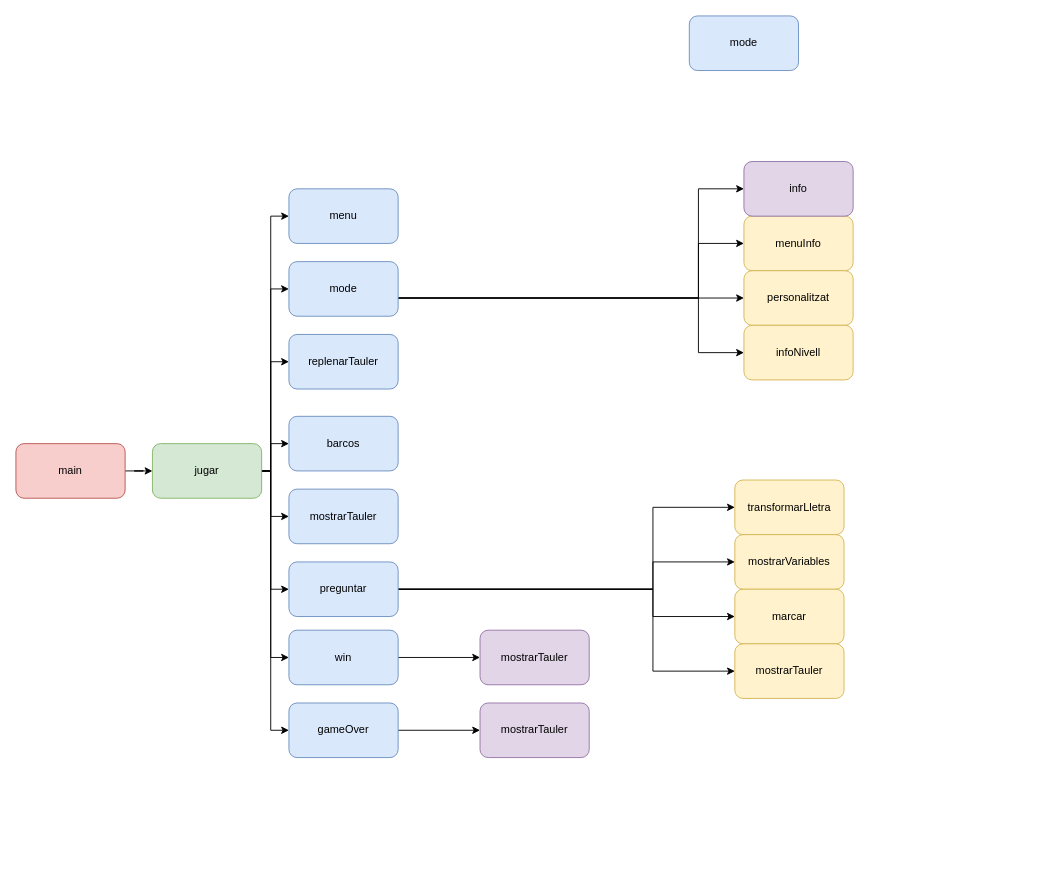
Earlier version of the draw.io diagram 2naAVA/HundirLaFlota/HundiLaFlota.drawio (sanand5/Programacio). Source tidied: cells renumbered, new cells numbered last; positions are measured from the earlier drawing's top-left corner, leaving out a move shared by most shapes. Both pictures are drawn from the tidied source at 91%, with x=0, y=0 at pixel (15, 15).
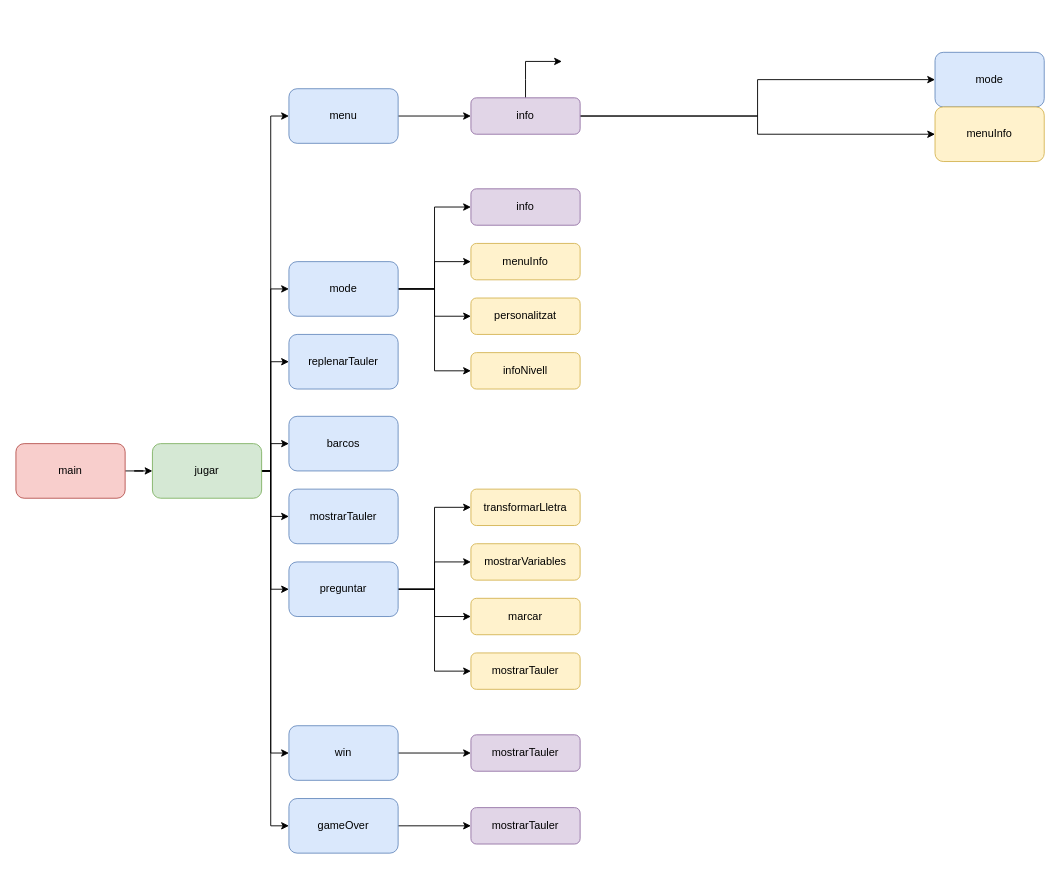
After the change.

The change refers to these unchanged cells:
```xml
<mxCell id="12" value="jugar" style="rounded=1;whiteSpace=wrap;html=1;fillColor=#d5e8d4;strokeColor=#82b366;" parent="1" vertex="1">
  <mxGeometry x="150" y="470" width="120" height="60" as="geometry" />
</mxCell>
<mxCell id="17" value="mode" style="rounded=1;whiteSpace=wrap;html=1;fillColor=#dae8fc;strokeColor=#6c8ebf;" parent="1" vertex="1">
  <mxGeometry x="300" y="270" width="120" height="60" as="geometry" />
</mxCell>
<mxCell id="26" value="preguntar" style="rounded=1;whiteSpace=wrap;html=1;fillColor=#dae8fc;strokeColor=#6c8ebf;" parent="1" vertex="1">
  <mxGeometry x="300" y="600" width="120" height="60" as="geometry" />
</mxCell>
```

The edit, as a diff of the source:
```diff
@@
     <mxCell id="4" style="edgeStyle=orthogonalEdgeStyle;rounded=0;jettySize=auto;html=1;entryX=0;entryY=0.5;entryDx=0;entryDy=0;" parent="1" edge="1" source="12" target="18">
       <mxGeometry relative="1" as="geometry">
         <Array as="points">
           <mxPoint x="280" y="500" />
-          <mxPoint x="280" y="220" />
+          <mxPoint x="280" y="110" />
         </Array>
       </mxGeometry>
     </mxCell>
@@
     <mxCell id="10" style="edgeStyle=orthogonalEdgeStyle;rounded=0;jettySize=auto;html=1;entryX=0;entryY=0.5;entryDx=0;entryDy=0;" parent="1" edge="1" source="12" target="30">
       <mxGeometry relative="1" as="geometry">
         <Array as="points">
           <mxPoint x="280" y="500" />
-          <mxPoint x="280" y="705" />
+          <mxPoint x="280" y="810" />
         </Array>
       </mxGeometry>
     </mxCell>
     <mxCell id="11" style="edgeStyle=orthogonalEdgeStyle;rounded=0;jettySize=auto;html=1;entryX=0;entryY=0.5;entryDx=0;entryDy=0;" parent="1" edge="1" source="12" target="28">
       <mxGeometry relative="1" as="geometry">
         <Array as="points">
           <mxPoint x="280" y="500" />
-          <mxPoint x="280" y="785" />
+          <mxPoint x="280" y="890" />
         </Array>
       </mxGeometry>
     </mxCell>
@@
+    <mxCell id="14" style="edgeStyle=orthogonalEdgeStyle;rounded=0;jettySize=auto;html=1;entryX=0;entryY=0.5;entryDx=0;entryDy=0;" parent="1" edge="1" source="17" target="31">
+      <mxGeometry relative="1" as="geometry" />
+    </mxCell>
     <mxCell id="13" style="edgeStyle=orthogonalEdgeStyle;rounded=0;jettySize=auto;html=1;entryX=0;entryY=0.5;entryDx=0;entryDy=0;" parent="1" edge="1" source="17" target="32">
-      <mxGeometry relative="1" as="geometry">
-        <Array as="points">
-          <mxPoint x="590" y="310" />
-          <mxPoint x="590" y="310" />
-        </Array>
-      </mxGeometry>
+      <mxGeometry relative="1" as="geometry" />
     </mxCell>
-    <mxCell id="14" style="edgeStyle=orthogonalEdgeStyle;rounded=0;jettySize=auto;html=1;entryX=0;entryY=0.5;entryDx=0;entryDy=0;" parent="1" edge="1" source="17" target="31">
-      <mxGeometry relative="1" as="geometry">
-        <Array as="points">
-          <mxPoint x="750" y="310" />
-          <mxPoint x="750" y="250" />
-        </Array>
-      </mxGeometry>
-    </mxCell>
     <mxCell id="15" style="edgeStyle=orthogonalEdgeStyle;rounded=0;jettySize=auto;html=1;entryX=0;entryY=0.5;entryDx=0;entryDy=0;" parent="1" edge="1" source="17" target="33">
-      <mxGeometry relative="1" as="geometry">
-        <Array as="points">
-          <mxPoint x="750" y="310" />
-          <mxPoint x="750" y="370" />
-        </Array>
-      </mxGeometry>
+      <mxGeometry relative="1" as="geometry" />
     </mxCell>
     <mxCell id="16" style="edgeStyle=orthogonalEdgeStyle;rounded=0;jettySize=auto;html=1;entryX=0;entryY=0.5;entryDx=0;entryDy=0;" parent="1" edge="1" source="17" target="37">
-      <mxGeometry relative="1" as="geometry">
-        <Array as="points">
-          <mxPoint x="750" y="310" />
-          <mxPoint x="750" y="190" />
-        </Array>
-      </mxGeometry>
+      <mxGeometry relative="1" as="geometry" />
     </mxCell>
@@
+    <mxCell id="42" style="edgeStyle=orthogonalEdgeStyle;rounded=0;jettySize=auto;html=1;entryX=0;entryY=0.5;entryDx=0;entryDy=0;" parent="1" edge="1" source="18" target="46">
+      <mxGeometry relative="1" as="geometry" />
+    </mxCell>
     <mxCell id="18" value="menu" style="rounded=1;whiteSpace=wrap;html=1;fillColor=#dae8fc;strokeColor=#6c8ebf;" parent="1" vertex="1">
-      <mxGeometry x="300" y="190" width="120" height="60" as="geometry" />
+      <mxGeometry x="300" y="80" width="120" height="60" as="geometry" />
     </mxCell>
@@
+    <mxCell id="24" style="edgeStyle=orthogonalEdgeStyle;rounded=0;jettySize=auto;html=1;" parent="1" edge="1" source="26" target="35">
+      <mxGeometry relative="1" as="geometry" />
+    </mxCell>
+    <mxCell id="23" style="edgeStyle=orthogonalEdgeStyle;rounded=0;jettySize=auto;html=1;" parent="1" edge="1" source="26" target="36">
+      <mxGeometry relative="1" as="geometry" />
+    </mxCell>
     <mxCell id="22" style="edgeStyle=orthogonalEdgeStyle;rounded=0;jettySize=auto;html=1;entryX=0;entryY=0.5;entryDx=0;entryDy=0;" parent="1" edge="1" source="26" target="39">
-      <mxGeometry relative="1" as="geometry">
-        <Array as="points">
-          <mxPoint x="700" y="630" />
-          <mxPoint x="700" y="720" />
-        </Array>
-      </mxGeometry>
+      <mxGeometry relative="1" as="geometry" />
     </mxCell>
-    <mxCell id="23" style="edgeStyle=orthogonalEdgeStyle;rounded=0;jettySize=auto;html=1;" parent="1" edge="1" source="26" target="36">
-      <mxGeometry relative="1" as="geometry">
-        <Array as="points">
-          <mxPoint x="700" y="630" />
-          <mxPoint x="700" y="660" />
-        </Array>
-      </mxGeometry>
-    </mxCell>
-    <mxCell id="24" style="edgeStyle=orthogonalEdgeStyle;rounded=0;jettySize=auto;html=1;entryX=0;entryY=0.5;entryDx=0;entryDy=0;" parent="1" edge="1" source="26" target="35">
-      <mxGeometry relative="1" as="geometry">
-        <Array as="points">
-          <mxPoint x="700" y="630" />
-          <mxPoint x="700" y="600" />
-        </Array>
-      </mxGeometry>
-    </mxCell>
     <mxCell id="25" style="edgeStyle=orthogonalEdgeStyle;rounded=0;jettySize=auto;html=1;entryX=0;entryY=0.5;entryDx=0;entryDy=0;" parent="1" edge="1" source="26" target="34">
-      <mxGeometry relative="1" as="geometry">
-        <Array as="points">
-          <mxPoint x="700" y="630" />
-          <mxPoint x="700" y="540" />
-        </Array>
-      </mxGeometry>
+      <mxGeometry relative="1" as="geometry" />
     </mxCell>
@@
     <mxCell id="28" value="gameOver" style="rounded=1;whiteSpace=wrap;html=1;fillColor=#dae8fc;strokeColor=#6c8ebf;" parent="1" vertex="1">
-      <mxGeometry x="300" y="755" width="120" height="60" as="geometry" />
+      <mxGeometry x="300" y="860" width="120" height="60" as="geometry" />
     </mxCell>
@@
     <mxCell id="30" value="win" style="rounded=1;whiteSpace=wrap;html=1;fillColor=#dae8fc;strokeColor=#6c8ebf;" parent="1" vertex="1">
-      <mxGeometry x="300" y="675" width="120" height="60" as="geometry" />
+      <mxGeometry x="300" y="780" width="120" height="60" as="geometry" />
     </mxCell>
     <mxCell id="31" value="menuInfo" style="rounded=1;whiteSpace=wrap;html=1;fillColor=#fff2cc;strokeColor=#d6b656;" parent="1" vertex="1">
-      <mxGeometry x="800" y="220" width="120" height="60" as="geometry" />
+      <mxGeometry x="500" y="250" width="120" height="40" as="geometry" />
     </mxCell>
     <mxCell id="32" value="personalitzat" style="rounded=1;whiteSpace=wrap;html=1;fillColor=#fff2cc;strokeColor=#d6b656;" parent="1" vertex="1">
-      <mxGeometry x="800" y="280" width="120" height="60" as="geometry" />
+      <mxGeometry x="500" y="310" width="120" height="40" as="geometry" />
     </mxCell>
     <mxCell id="33" value="infoNivell" style="rounded=1;whiteSpace=wrap;html=1;fillColor=#fff2cc;strokeColor=#d6b656;" parent="1" vertex="1">
-      <mxGeometry x="800" y="340" width="120" height="60" as="geometry" />
+      <mxGeometry x="500" y="370" width="120" height="40" as="geometry" />
     </mxCell>
     <mxCell id="34" value="transformarLletra" style="rounded=1;whiteSpace=wrap;html=1;fillColor=#fff2cc;strokeColor=#d6b656;" parent="1" vertex="1">
-      <mxGeometry x="790" y="510" width="120" height="60" as="geometry" />
+      <mxGeometry x="500" y="520" width="120" height="40" as="geometry" />
     </mxCell>
     <mxCell id="35" value="mostrarVariables" style="rounded=1;whiteSpace=wrap;html=1;fillColor=#fff2cc;strokeColor=#d6b656;" parent="1" vertex="1">
-      <mxGeometry x="790" y="570" width="120" height="60" as="geometry" />
+      <mxGeometry x="500" y="580" width="120" height="40" as="geometry" />
     </mxCell>
     <mxCell id="36" value="marcar" style="rounded=1;whiteSpace=wrap;html=1;fillColor=#fff2cc;strokeColor=#d6b656;" parent="1" vertex="1">
-      <mxGeometry x="790" y="630" width="120" height="60" as="geometry" />
+      <mxGeometry x="500" y="640" width="120" height="40" as="geometry" />
     </mxCell>
     <mxCell id="37" value="info" style="rounded=1;whiteSpace=wrap;html=1;fillColor=#e1d5e7;strokeColor=#9673a6;" parent="1" vertex="1">
-      <mxGeometry x="800" y="160" width="120" height="60" as="geometry" />
+      <mxGeometry x="500" y="190" width="120" height="40" as="geometry" />
     </mxCell>
     <mxCell id="38" value="mode" style="rounded=1;whiteSpace=wrap;html=1;fillColor=#dae8fc;strokeColor=#6c8ebf;" parent="1" vertex="1">
-      <mxGeometry x="740" width="120" height="60" as="geometry" />
+      <mxGeometry x="1010" y="40" width="120" height="60" as="geometry" />
     </mxCell>
     <mxCell id="39" value="mostrarTauler" style="rounded=1;whiteSpace=wrap;html=1;fillColor=#fff2cc;strokeColor=#d6b656;" parent="1" vertex="1">
-      <mxGeometry x="790" y="690" width="120" height="60" as="geometry" />
+      <mxGeometry x="500" y="700" width="120" height="40" as="geometry" />
     </mxCell>
     <mxCell id="40" value="mostrarTauler" style="rounded=1;whiteSpace=wrap;html=1;fillColor=#e1d5e7;strokeColor=#9673a6;" parent="1" vertex="1">
-      <mxGeometry x="510" y="675" width="120" height="60" as="geometry" />
+      <mxGeometry x="500" y="790" width="120" height="40" as="geometry" />
     </mxCell>
     <mxCell id="41" value="mostrarTauler" style="rounded=1;whiteSpace=wrap;html=1;fillColor=#e1d5e7;strokeColor=#9673a6;" parent="1" vertex="1">
-      <mxGeometry x="510" y="755" width="120" height="60" as="geometry" />
+      <mxGeometry x="500" y="870" width="120" height="40" as="geometry" />
     </mxCell>
+    <mxCell id="43" style="edgeStyle=orthogonalEdgeStyle;rounded=0;jettySize=auto;html=1;entryX=0;entryY=0.5;entryDx=0;entryDy=0;" parent="1" edge="1" source="46" target="38">
+      <mxGeometry relative="1" as="geometry" />
+    </mxCell>
+    <mxCell id="44" style="edgeStyle=orthogonalEdgeStyle;rounded=0;jettySize=auto;html=1;entryX=0;entryY=0.5;entryDx=0;entryDy=0;" parent="1" edge="1" source="46" target="47">
+      <mxGeometry relative="1" as="geometry" />
+    </mxCell>
+    <mxCell id="45" style="edgeStyle=orthogonalEdgeStyle;rounded=0;jettySize=auto;html=1;" parent="1" edge="1" source="46">
+      <mxGeometry relative="1" as="geometry">
+        <mxPoint x="600" y="50" as="targetPoint" />
+        <Array as="points">
+          <mxPoint x="560" y="70" />
+          <mxPoint x="560" y="70" />
+        </Array>
+      </mxGeometry>
+    </mxCell>
+    <mxCell id="46" value="info" style="rounded=1;whiteSpace=wrap;html=1;fillColor=#e1d5e7;strokeColor=#9673a6;" parent="1" vertex="1">
+      <mxGeometry x="500" y="90" width="120" height="40" as="geometry" />
+    </mxCell>
+    <mxCell id="47" value="menuInfo" style="rounded=1;whiteSpace=wrap;html=1;fillColor=#fff2cc;strokeColor=#d6b656;" parent="1" vertex="1">
+      <mxGeometry x="1010" y="100" width="120" height="60" as="geometry" />
+    </mxCell>
```
